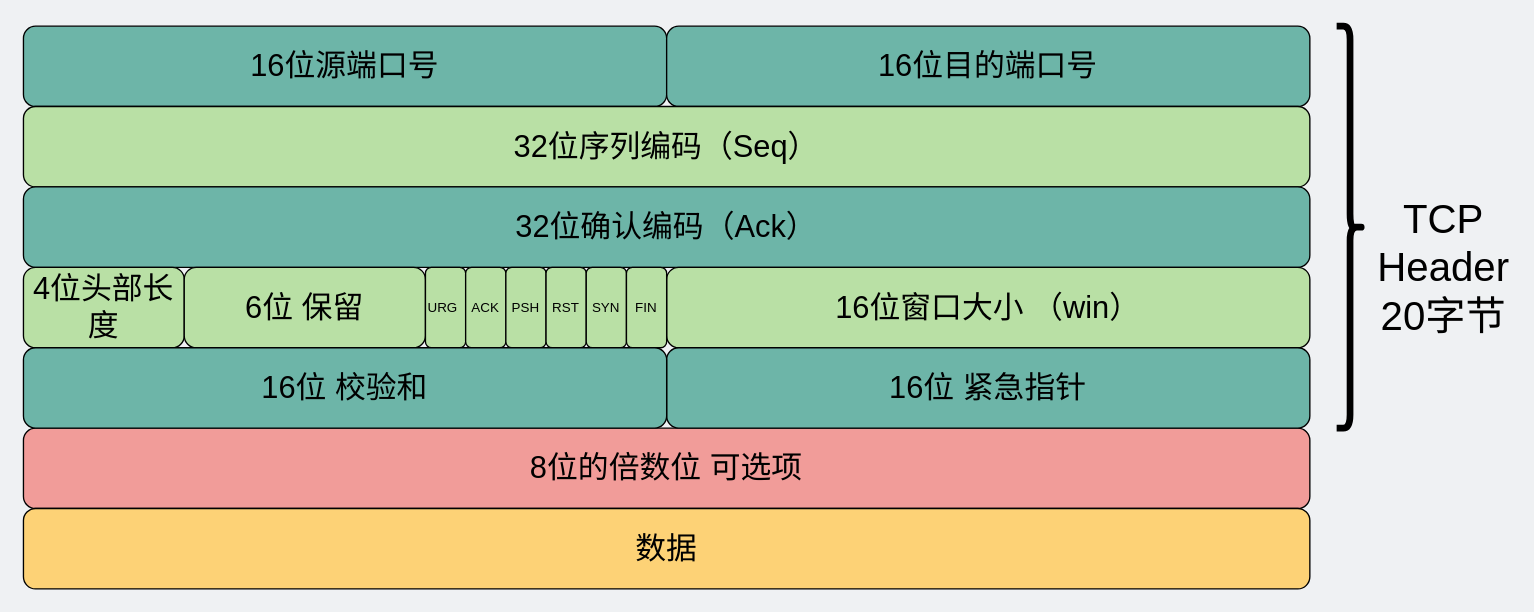
Above: network/tcp报头.drawio in xiaobaiTech/image (draw.io), before the change. Source tidied: cells renumbered, new cells numbered last; positions are measured from the earlier drawing's top-left corner, leaving out a move shared by most shapes. Both pictures are drawn from the tidied source at 134%, with x=0, y=0 at pixel (23, 25).
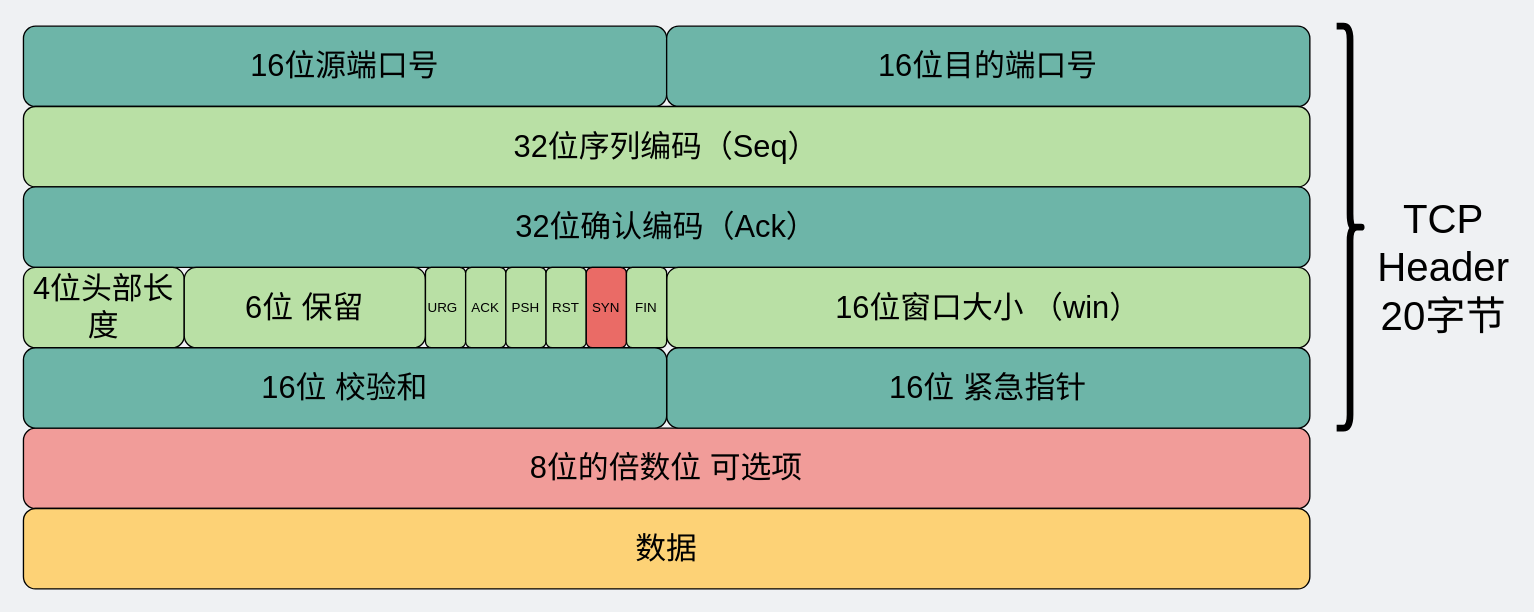
The same page after the edit.

What changed in the source:
```diff
@@
-    <mxCell id="15" value="SYN" style="rounded=1;whiteSpace=wrap;html=1;fontSize=10;fillColor=#B9E0A5;" parent="1" vertex="1">
+    <mxCell id="15" value="SYN" style="rounded=1;whiteSpace=wrap;html=1;fontSize=10;fillColor=#EA6B66;" parent="1" vertex="1">
       <mxGeometry x="420" y="180" width="30" height="60" as="geometry" />
     </mxCell>
```
